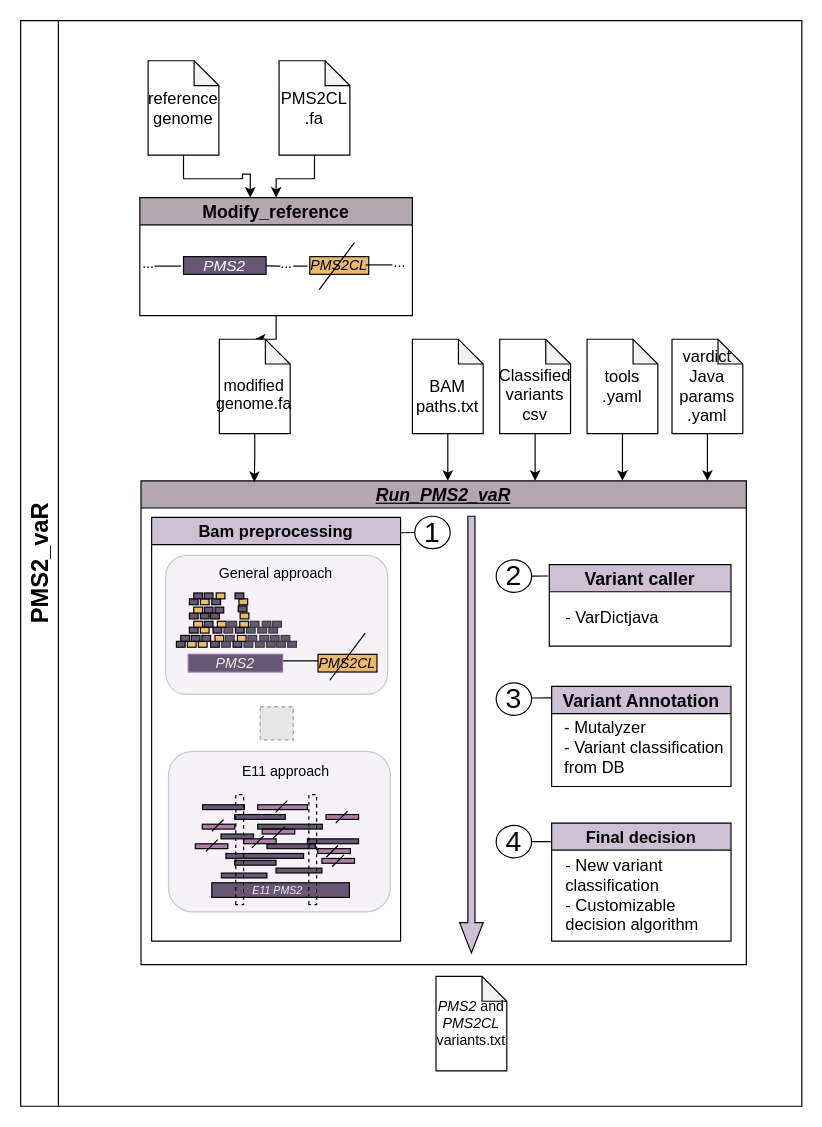
emunte/PMS2_vaR keeps this draw.io diagram as WF/Figure1.drawio. Above is the earlier version. Source tidied: cells renumbered, new cells numbered last; positions are measured from the earlier drawing's top-left corner, leaving out a move shared by most shapes. Both pictures are drawn from the tidied source at 118%, with x=0, y=0 at pixel (20, 20). Pictures stored in the file or linked from it are replaced by grey dashed boxes.
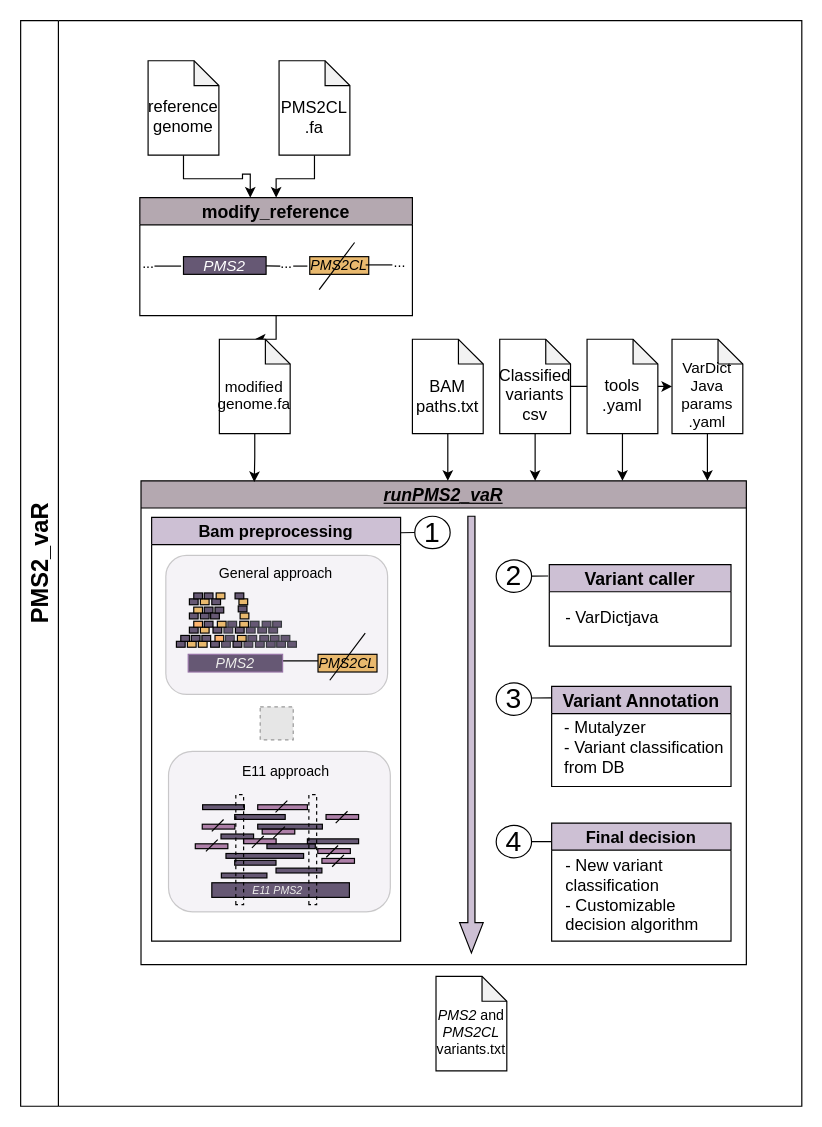
Above is the later version.

Unchanged cells that the change refers to:
```xml
<mxCell id="60" value="&lt;div&gt;&lt;br&gt;&lt;/div&gt;&lt;div style=&quot;font-size: 14px;&quot;&gt;Classified variants csv&lt;/div&gt;" style="shape=note;whiteSpace=wrap;html=1;backgroundOutline=1;darkOpacity=0.05;size=21;" parent="1" vertex="1">
  <mxGeometry x="406" y="270" width="60" height="80" as="geometry" />
</mxCell>
```

The edit, as a diff of the source:
```diff
@@
-    <mxCell id="2" value="&lt;font style=&quot;font-size: 15px;&quot;&gt;&lt;span class=&quot;TrackedChange SCXW120247527 BCX2&quot;&gt;&lt;/span&gt;&lt;span class=&quot;TrackedChange SCXW120247527 BCX2&quot;&gt;&lt;span class=&quot;TextRun Underlined SCXW120247527 BCX2&quot; lang=&quot;EN-US&quot; style=&quot;font-style: italic; text-decoration: underline; line-height: 32px; font-family: Arial, &amp;quot;Arial_EmbeddedFont&amp;quot;, &amp;quot;Arial_MSFontService&amp;quot;, sans-serif;&quot;&gt;&lt;span class=&quot;NormalTextRun TrackChangeDeleteHighlight SCXW120247527 BCX2&quot;&gt;Run_PMS2&lt;/span&gt;&lt;/span&gt;&lt;/span&gt;&lt;span class=&quot;TrackedChange SCXW120247527 BCX2&quot;&gt;&lt;span class=&quot;TextRun Underlined SCXW120247527 BCX2&quot; lang=&quot;EN-US&quot; style=&quot;font-style: italic; text-decoration: underline; line-height: 32px; font-family: Arial, &amp;quot;Arial_EmbeddedFont&amp;quot;, &amp;quot;Arial_MSFontService&amp;quot;, sans-serif;&quot;&gt;&lt;span class=&quot;NormalTextRun TrackChangeDeleteHighlight SCXW120247527 BCX2&quot;&gt;_vaR&lt;/span&gt;&lt;/span&gt;&lt;/span&gt;&lt;/font&gt;" style="swimlane;whiteSpace=wrap;html=1;startSize=23;fillColor=#b4a8b0;" parent="1" vertex="1">
+    <mxCell id="2" value="&lt;font style=&quot;font-size: 15px;&quot;&gt;&lt;span class=&quot;TrackedChange SCXW120247527 BCX2&quot;&gt;&lt;/span&gt;&lt;span class=&quot;TrackedChange SCXW120247527 BCX2&quot;&gt;&lt;span class=&quot;TextRun Underlined SCXW120247527 BCX2&quot; lang=&quot;EN-US&quot; style=&quot;font-style: italic; text-decoration: underline; line-height: 32px; font-family: Arial, &amp;quot;Arial_EmbeddedFont&amp;quot;, &amp;quot;Arial_MSFontService&amp;quot;, sans-serif;&quot;&gt;&lt;span class=&quot;NormalTextRun TrackChangeDeleteHighlight SCXW120247527 BCX2&quot;&gt;runPMS2&lt;/span&gt;&lt;/span&gt;&lt;/span&gt;&lt;span class=&quot;TrackedChange SCXW120247527 BCX2&quot;&gt;&lt;span class=&quot;TextRun Underlined SCXW120247527 BCX2&quot; lang=&quot;EN-US&quot; style=&quot;font-style: italic; text-decoration: underline; line-height: 32px; font-family: Arial, &amp;quot;Arial_EmbeddedFont&amp;quot;, &amp;quot;Arial_MSFontService&amp;quot;, sans-serif;&quot;&gt;&lt;span class=&quot;NormalTextRun TrackChangeDeleteHighlight SCXW120247527 BCX2&quot;&gt;_vaR&lt;/span&gt;&lt;/span&gt;&lt;/span&gt;&lt;/font&gt;" style="swimlane;whiteSpace=wrap;html=1;startSize=23;fillColor=#b4a8b0;" parent="1" vertex="1">
       <mxGeometry x="102" y="390" width="513" height="410" as="geometry" />
     </mxCell>
@@
-    <mxCell id="52" value="&lt;font style=&quot;font-size: 15px;&quot;&gt;Modify_reference&lt;/font&gt;" style="swimlane;whiteSpace=wrap;html=1;startSize=23;fillColor=#b4a8b0;" parent="1" vertex="1">
+    <mxCell id="52" value="&lt;font style=&quot;font-size: 15px;&quot;&gt;modify_reference&lt;/font&gt;" style="swimlane;whiteSpace=wrap;html=1;startSize=23;fillColor=#b4a8b0;" parent="1" vertex="1">
       <mxGeometry x="101" y="150" width="231" height="100" as="geometry" />
     </mxCell>
@@
+    <mxCell id="143" style="edgeStyle=orthogonalEdgeStyle;rounded=0;jettySize=auto;html=1;" parent="1" edge="1" source="60" target="64">
+      <mxGeometry relative="1" as="geometry" />
+    </mxCell>
@@
-    <mxCell id="62" value="&lt;div style=&quot;font-size: 14px;&quot;&gt;&lt;font style=&quot;font-size: 14px;&quot;&gt;tools&lt;/font&gt;&lt;/div&gt;&lt;div style=&quot;font-size: 14px;&quot;&gt;&lt;font style=&quot;font-size: 14px;&quot;&gt;.yaml&lt;/font&gt;&lt;/div&gt;" style="shape=note;whiteSpace=wrap;html=1;backgroundOutline=1;darkOpacity=0.05;size=21;" parent="1" vertex="1">
+    <mxCell id="62" value="&lt;div&gt;&lt;br&gt;&lt;/div&gt;&lt;div style=&quot;font-size: 14px;&quot;&gt;&lt;font style=&quot;font-size: 14px;&quot;&gt;tools&lt;/font&gt;&lt;/div&gt;&lt;div style=&quot;font-size: 14px;&quot;&gt;&lt;font style=&quot;font-size: 14px;&quot;&gt;.yaml&lt;/font&gt;&lt;/div&gt;" style="shape=note;whiteSpace=wrap;html=1;backgroundOutline=1;darkOpacity=0.05;size=21;" parent="1" vertex="1">
       <mxGeometry x="480" y="270" width="60" height="80" as="geometry" />
     </mxCell>
@@
-    <mxCell id="64" value="&lt;div style=&quot;font-size: 14px;&quot;&gt;&lt;font style=&quot;font-size: 14px;&quot;&gt;vardict&lt;/font&gt;&lt;/div&gt;&lt;div style=&quot;font-size: 14px;&quot;&gt;&lt;font style=&quot;font-size: 14px;&quot;&gt;Java&lt;/font&gt;&lt;/div&gt;&lt;div style=&quot;font-size: 14px;&quot;&gt;&lt;font style=&quot;font-size: 14px;&quot;&gt;params&lt;/font&gt;&lt;/div&gt;&lt;div style=&quot;font-size: 14px;&quot;&gt;&lt;font style=&quot;font-size: 14px;&quot;&gt;.yaml&lt;/font&gt;&lt;br&gt;&lt;/div&gt;" style="shape=note;whiteSpace=wrap;html=1;backgroundOutline=1;darkOpacity=0.05;size=21;" parent="1" vertex="1">
+    <mxCell id="64" value="&lt;div&gt;&lt;br&gt;&lt;/div&gt;&lt;div style=&quot;font-size: 13px;&quot;&gt;&lt;font style=&quot;font-size: 13px;&quot;&gt;VarDict&lt;/font&gt;&lt;/div&gt;&lt;div style=&quot;font-size: 13px;&quot;&gt;&lt;font style=&quot;font-size: 13px;&quot;&gt;Java&lt;/font&gt;&lt;/div&gt;&lt;div style=&quot;font-size: 13px;&quot;&gt;&lt;font style=&quot;font-size: 13px;&quot;&gt;params&lt;/font&gt;&lt;/div&gt;&lt;div style=&quot;font-size: 13px;&quot;&gt;&lt;font style=&quot;font-size: 13px;&quot;&gt;.yaml&lt;/font&gt;&lt;br&gt;&lt;/div&gt;" style="shape=note;whiteSpace=wrap;html=1;backgroundOutline=1;darkOpacity=0.05;size=21;" parent="1" vertex="1">
       <mxGeometry x="552" y="270" width="60" height="80" as="geometry" />
     </mxCell>
@@
-    <mxCell id="66" value="&lt;div&gt;&lt;br&gt;&lt;/div&gt;&lt;div style=&quot;font-size: 13.5px;&quot;&gt;modified genome.fa&lt;br&gt;&lt;/div&gt;" style="shape=note;whiteSpace=wrap;html=1;backgroundOutline=1;darkOpacity=0.05;size=21;" parent="1" vertex="1">
+    <mxCell id="66" value="&lt;div style=&quot;font-size: 13px;&quot;&gt;&lt;font style=&quot;font-size: 13px;&quot;&gt;&lt;br&gt;&lt;/font&gt;&lt;/div&gt;&lt;div style=&quot;font-size: 13px;&quot;&gt;&lt;font style=&quot;font-size: 13px;&quot;&gt;modified genome.fa&lt;font style=&quot;font-size: 13px;&quot;&gt;&lt;br&gt;&lt;/font&gt;&lt;/font&gt;&lt;/div&gt;" style="shape=note;whiteSpace=wrap;html=1;backgroundOutline=1;darkOpacity=0.05;size=21;" parent="1" vertex="1">
       <mxGeometry x="168.4" y="270" width="60" height="80" as="geometry" />
     </mxCell>
@@
-    <mxCell id="68" value="&lt;font style=&quot;font-size: 14px;&quot;&gt;reference genome&lt;/font&gt;" style="shape=note;whiteSpace=wrap;html=1;backgroundOutline=1;darkOpacity=0.05;size=21;" parent="1" vertex="1">
+    <mxCell id="68" value="&lt;br&gt;&lt;div&gt;&lt;font style=&quot;font-size: 14px;&quot;&gt;reference genome&lt;/font&gt;&lt;/div&gt;" style="shape=note;whiteSpace=wrap;html=1;backgroundOutline=1;darkOpacity=0.05;size=21;" parent="1" vertex="1">
       <mxGeometry x="108" y="34" width="60" height="80" as="geometry" />
     </mxCell>
@@
-    <mxCell id="70" value="&lt;div&gt;&lt;font style=&quot;font-size: 14px;&quot;&gt;PMS2CL&lt;/font&gt;&lt;/div&gt;&lt;div&gt;&lt;font style=&quot;font-size: 14px;&quot;&gt;.fa&lt;/font&gt;&lt;/div&gt;" style="shape=note;whiteSpace=wrap;html=1;backgroundOutline=1;darkOpacity=0.05;size=21;" parent="1" vertex="1">
+    <mxCell id="70" value="&lt;div&gt;&lt;font style=&quot;font-size: 14px;&quot;&gt;&lt;br&gt;&lt;/font&gt;&lt;/div&gt;&lt;div&gt;&lt;font style=&quot;font-size: 14px;&quot;&gt;PMS2CL&lt;/font&gt;&lt;/div&gt;&lt;div&gt;&lt;font style=&quot;font-size: 14px;&quot;&gt;.fa&lt;/font&gt;&lt;/div&gt;" style="shape=note;whiteSpace=wrap;html=1;backgroundOutline=1;darkOpacity=0.05;size=21;" parent="1" vertex="1">
       <mxGeometry x="219" y="34" width="60" height="80" as="geometry" />
     </mxCell>
-    <mxCell id="71" value="&lt;i&gt;PMS2&lt;/i&gt; and &lt;i&gt;PMS2CL&lt;/i&gt; variants.txt" style="shape=note;whiteSpace=wrap;html=1;backgroundOutline=1;darkOpacity=0.05;size=21;" parent="1" vertex="1">
+    <mxCell id="71" value="&lt;div&gt;&lt;i&gt;&lt;br&gt;&lt;/i&gt;&lt;/div&gt;&lt;div&gt;&lt;i&gt;PMS2&lt;/i&gt; and &lt;i&gt;PMS2CL&lt;/i&gt; variants.txt&lt;/div&gt;" style="shape=note;whiteSpace=wrap;html=1;backgroundOutline=1;darkOpacity=0.05;size=21;" parent="1" vertex="1">
       <mxGeometry x="352" y="810" width="60" height="80" as="geometry" />
     </mxCell>
```
